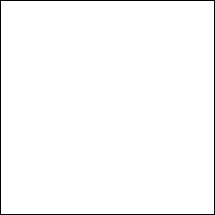
Before: Roadmap.drawio.png, a diagram exported from draw.io (DaanvanderWeele/vanderweele.nu). Source tidied: cells renumbered, new cells last; positions are measured from the earlier drawing's top-left corner, leaving out a move shared by most shapes.
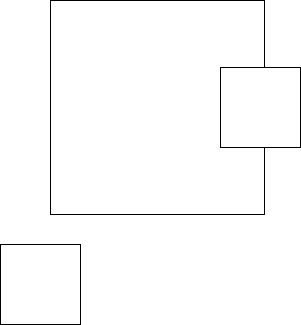
The same file after the commit.

What changed in the source:
```diff
@@ -5,5 +5,11 @@
     <mxCell id="2" style="whiteSpace=wrap;html=1;" parent="1" vertex="1">
       <mxGeometry width="214" height="214" as="geometry" />
     </mxCell>
+    <mxCell id="3" style="whiteSpace=wrap;html=1;" parent="1" vertex="1">
+      <mxGeometry x="-50" y="244" width="80" height="80" as="geometry" />
+    </mxCell>
+    <mxCell id="4" style="whiteSpace=wrap;html=1;" parent="1" vertex="1">
+      <mxGeometry x="170" y="67" width="80" height="80" as="geometry" />
+    </mxCell>
   </root>
 </mxGraphModel>
```
